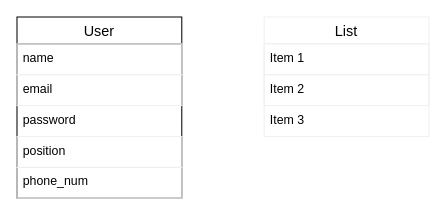
Above: library.dio in class-Kazushi/library-app (draw.io), before the change. Source tidied: cells renumbered, new cells numbered last; positions are measured from the earlier drawing's top-left corner, leaving out a move shared by most shapes. Both pictures are drawn from the tidied source at 103%, with x=0, y=0 at pixel (16, 16).
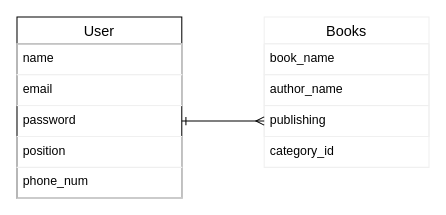
The same page after the edit.

The edit, as a diff of the source:
```diff
@@
 <mxGraphModel>
   <root>
     <mxCell id="0" />
     <mxCell id="1" parent="0" />
     <mxCell id="2" value="User" style="swimlane;fontStyle=0;horizontal=1;startSize=26;align=center;fontSize=14;" parent="1" vertex="1">
       <mxGeometry width="160" height="176" as="geometry" />
     </mxCell>
     <mxCell id="3" value="name" style="text;fillColor=none;spacingLeft=4;spacingRight=4;overflow=hidden;fontSize=12;strokeColor=#f0f0f0;" parent="2" vertex="1">
       <mxGeometry y="26" width="160" height="30" as="geometry" />
     </mxCell>
     <mxCell id="4" value="email" style="text;fillColor=none;spacingLeft=4;spacingRight=4;overflow=hidden;fontSize=12;strokeColor=#f0f0f0;" parent="2" vertex="1">
       <mxGeometry y="56" width="160" height="30" as="geometry" />
     </mxCell>
     <mxCell id="5" value="password" style="text;strokeColor=none;fillColor=none;spacingLeft=4;spacingRight=4;overflow=hidden;points=[[0,0.5],[1,0.5]];portConstraint=eastwest;fontSize=12;" parent="2" vertex="1">
       <mxGeometry y="86" width="160" height="30" as="geometry" />
     </mxCell>
     <mxCell id="6" value="position" style="text;fillColor=none;spacingLeft=4;spacingRight=4;overflow=hidden;fontSize=12;strokeColor=#f0f0f0;" parent="2" vertex="1">
       <mxGeometry y="116" width="160" height="30" as="geometry" />
     </mxCell>
     <mxCell id="7" value="phone_num" style="text;fillColor=none;spacingLeft=4;spacingRight=4;overflow=hidden;fontSize=12;strokeColor=#f0f0f0;" parent="2" vertex="1">
       <mxGeometry y="146" width="160" height="30" as="geometry" />
     </mxCell>
-    <mxCell id="8" value="List" style="swimlane;fontStyle=0;horizontal=1;startSize=26;align=center;fontSize=14;strokeColor=#f0f0f0;" parent="1" vertex="1">
-      <mxGeometry x="240" width="160" height="116" as="geometry" />
+    <mxCell id="8" value="Books" style="swimlane;fontStyle=0;horizontal=1;startSize=26;align=center;fontSize=14;strokeColor=#f0f0f0;" parent="1" vertex="1">
+      <mxGeometry x="240" width="160" height="146" as="geometry" />
     </mxCell>
-    <mxCell id="9" value="Item 1" style="text;fillColor=none;spacingLeft=4;spacingRight=4;overflow=hidden;fontSize=12;strokeColor=#f0f0f0;" parent="8" vertex="1">
+    <mxCell id="9" value="book_name" style="text;fillColor=none;spacingLeft=4;spacingRight=4;overflow=hidden;fontSize=12;strokeColor=#f0f0f0;" parent="8" vertex="1">
       <mxGeometry y="26" width="160" height="30" as="geometry" />
     </mxCell>
-    <mxCell id="10" value="Item 2" style="text;fillColor=none;spacingLeft=4;spacingRight=4;overflow=hidden;fontSize=12;strokeColor=#f0f0f0;" parent="8" vertex="1">
+    <mxCell id="10" value="author_name" style="text;fillColor=none;spacingLeft=4;spacingRight=4;overflow=hidden;fontSize=12;strokeColor=#f0f0f0;" parent="8" vertex="1">
       <mxGeometry y="56" width="160" height="30" as="geometry" />
     </mxCell>
-    <mxCell id="11" value="Item 3" style="text;strokeColor=none;fillColor=none;spacingLeft=4;spacingRight=4;overflow=hidden;points=[[0,0.5],[1,0.5]];portConstraint=eastwest;fontSize=12;" parent="8" vertex="1">
+    <mxCell id="11" value="publishing" style="text;fillColor=none;spacingLeft=4;spacingRight=4;overflow=hidden;points=[[0,0.5],[1,0.5]];portConstraint=eastwest;fontSize=12;strokeColor=#f0f0f0;" parent="8" vertex="1">
       <mxGeometry y="86" width="160" height="30" as="geometry" />
     </mxCell>
+    <mxCell id="12" value="category_id" style="text;strokeColor=none;fillColor=none;spacingLeft=4;spacingRight=4;overflow=hidden;fontSize=12;" parent="8" vertex="1">
+      <mxGeometry y="116" width="160" height="30" as="geometry" />
+    </mxCell>
+    <mxCell id="13" style="edgeStyle=orthogonalEdgeStyle;rounded=0;jettySize=auto;html=1;exitX=1;exitY=0.5;exitDx=0;exitDy=0;entryX=0;entryY=0.5;entryDx=0;entryDy=0;endArrow=ERmany;endFill=0;startArrow=ERone;startFill=0;" parent="1" edge="1" source="5" target="11">
+      <mxGeometry relative="1" as="geometry" />
+    </mxCell>
   </root>
 </mxGraphModel>
```
